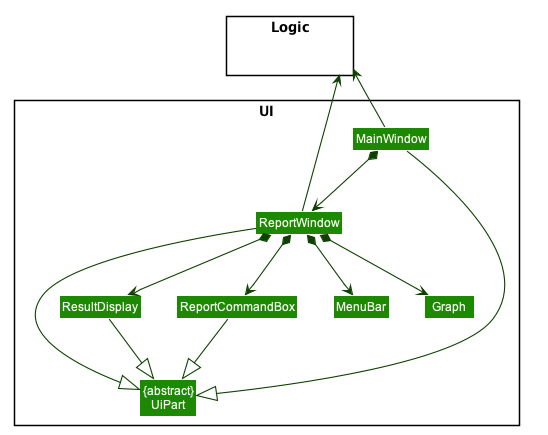
Above: images/ReportUIClassDiagram.png in AY1920S2-CS2103T-T10-3/main (PlantUML), before the change.
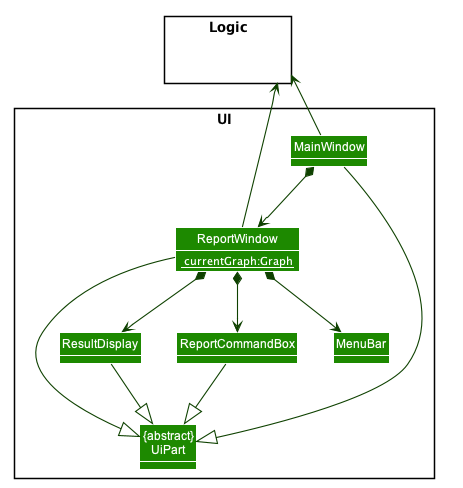
The same diagram one commit later.

The edit, as a diff of the source:
```diff
@@ -55,13 +55,16 @@
 skinparam arrowColor #0E4100
 skinparam classBackgroundColor #1D8900
 
+show field
+
 package UI <<Rectangle>>{
 Class "{abstract}\nUiPart" as UiPart
-Class ReportWindow
+Class ReportWindow  {
+  <color:white> {field} {static} currentGraph:Graph
+                   }
 Class ResultDisplay
 Class ReportCommandBox
 Class MenuBar
-Class Graph
 Class MainWindow
 }
 
@@ -70,7 +73,7 @@
 }
 
 MainWindow -up-> Logic
-ReportWindow *--> Graph
+
 ReportWindow -up-> Logic
 MainWindow *--> ReportWindow
 
```
